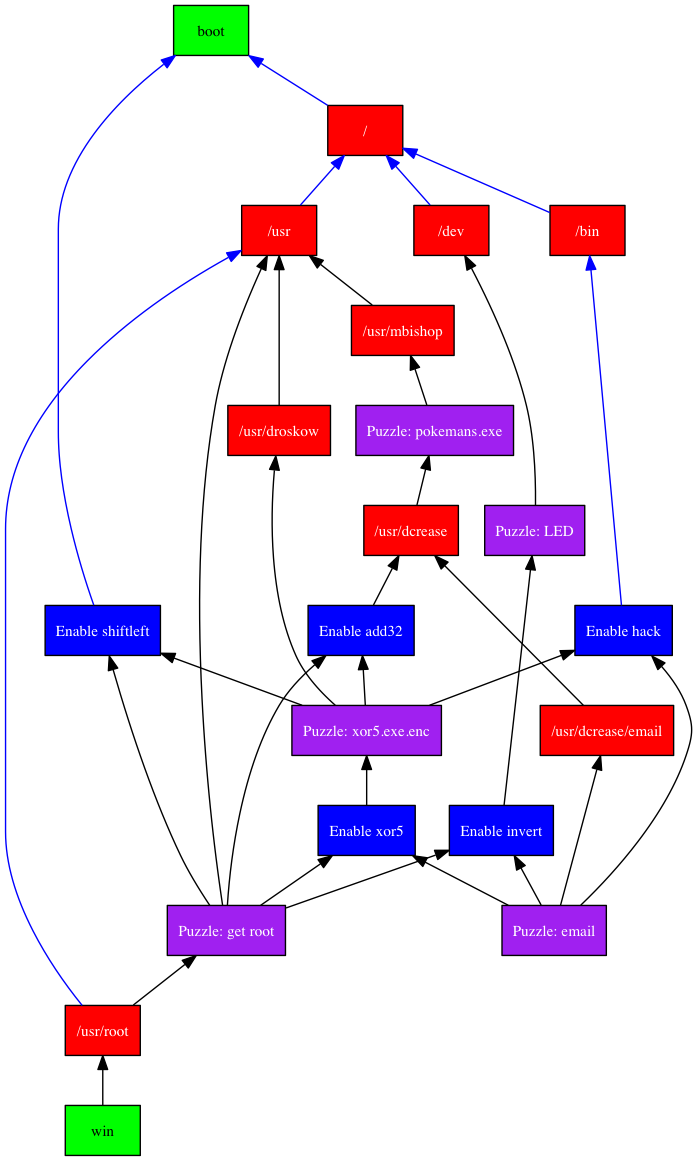
Before: NonUnityAssets/Dependencies/chart.dot.png, a diagram exported from Graphviz (pikkpoiss/ld36). Its source is kept beside it as NonUnityAssets/Dependencies/chart.dot.
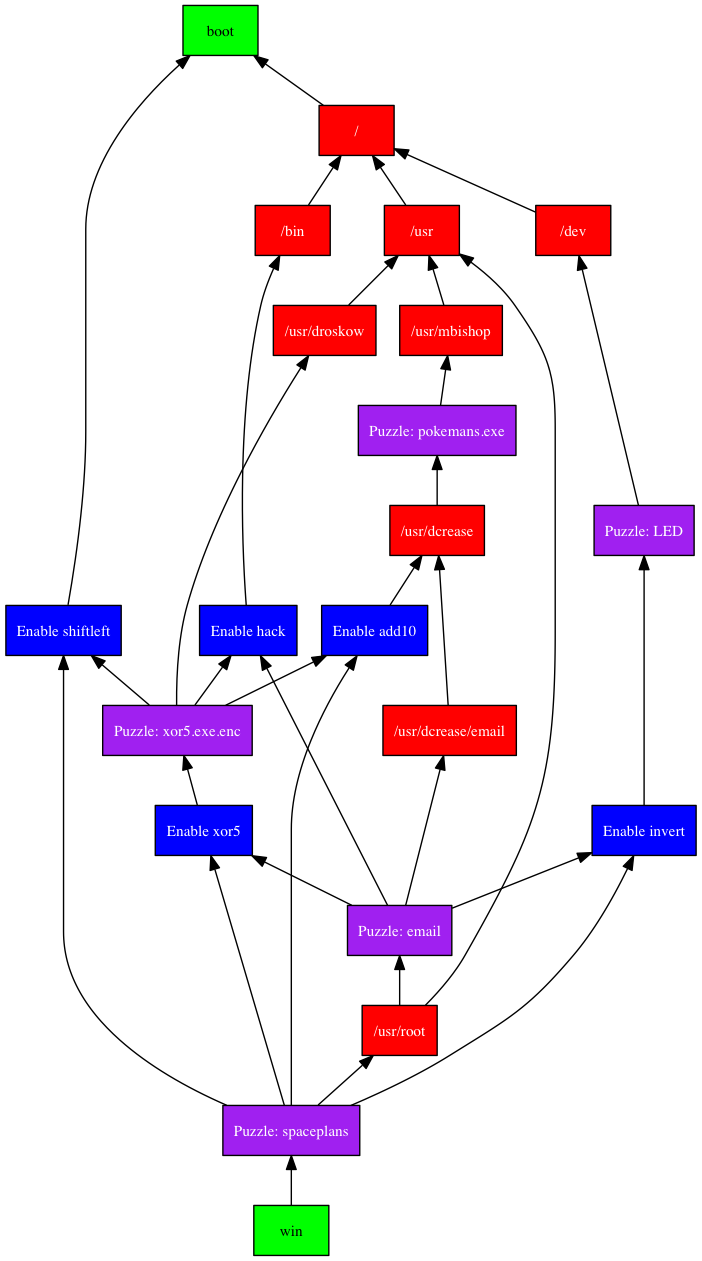
Later version of the same file.

Commit message:
Updated dependencies, pretty much done now

Change to the diagram source:
```diff
@@ -7,14 +7,14 @@
   enable_xor5 [label="Enable xor5", fillcolor=blue, fontcolor=white]
   enable_hack [label="Enable hack", fillcolor=blue, fontcolor=white]
   enable_invert [label="Enable invert", fillcolor=blue, fontcolor=white]
-  enable_add32 [label="Enable add32", fillcolor=blue, fontcolor=white]
+  enable_add10 [label="Enable add10", fillcolor=blue, fontcolor=white]
 
 
   puzzle_led [label="Puzzle: LED", fillcolor=purple, fontcolor=white]
   puzzle_pokemans [label="Puzzle: pokemans.exe", fillcolor=purple, fontcolor=white]
   puzzle_xor5 [label="Puzzle: xor5.exe.enc", fillcolor=purple, fontcolor=white]
   puzzle_email [label="Puzzle: email", fillcolor=purple, fontcolor=white]
-  puzzle_getroot [label="Puzzle: get root", fillcolor=purple, fontcolor=white]
+  puzzle_spaceplans [label="Puzzle: spaceplans", fillcolor=purple, fontcolor=white]
 
   boot [fillcolor=green]
   root [label="/", fillcolor=red, fontcolor=white]
@@ -30,23 +30,24 @@
   usr_dcrease [label="/usr/dcrease", fillcolor=red, fontcolor=white]
   usr_dcrease_email [label="/usr/dcrease/email", fillcolor=red, fontcolor=white]
   usr_droskow [label="/usr/droskow", fillcolor=red, fontcolor=white]
+  {rank=same; usr_mbishop; usr_droskow}
 
-  root -> boot [color=blue]
-  enable_left -> boot [color=blue]
+  root -> boot
+  enable_left -> boot
 
-  dev -> root [color=blue]
-  bin -> root [color=blue]
-  usr -> root [color=blue]
+  dev -> root
+  bin -> root
+  usr -> root
 
   usr_mbishop -> usr
   usr_dcrease -> puzzle_pokemans
   usr_dcrease_email -> usr_dcrease
   usr_droskow -> usr
 
-  usr_root -> puzzle_getroot
-  usr_root -> usr [color=blue]
+  usr_root -> puzzle_email
+  usr_root -> usr
 
-  enable_hack -> bin [color=blue]
+  enable_hack -> bin
 
   puzzle_led -> dev
 
@@ -54,7 +55,7 @@
 
   puzzle_xor5 -> enable_hack
   puzzle_xor5 -> enable_left
-  puzzle_xor5 -> enable_add32
+  puzzle_xor5 -> enable_add10
   puzzle_xor5 -> usr_droskow
 
   enable_xor5 -> puzzle_xor5
@@ -64,14 +65,14 @@
   puzzle_email -> enable_invert
   puzzle_email -> usr_dcrease_email
 
-  puzzle_getroot -> enable_left
-  puzzle_getroot -> enable_xor5
-  puzzle_getroot -> enable_invert
-  puzzle_getroot -> enable_add32
-  puzzle_getroot -> usr
+  puzzle_spaceplans -> enable_left
+  puzzle_spaceplans -> enable_xor5
+  puzzle_spaceplans -> enable_invert
+  puzzle_spaceplans -> enable_add10
+  puzzle_spaceplans -> usr_root
 
   enable_invert -> puzzle_led
-  enable_add32 -> usr_dcrease
+  enable_add10 -> usr_dcrease
 
-  win -> usr_root
+  win -> puzzle_spaceplans
 }
```
